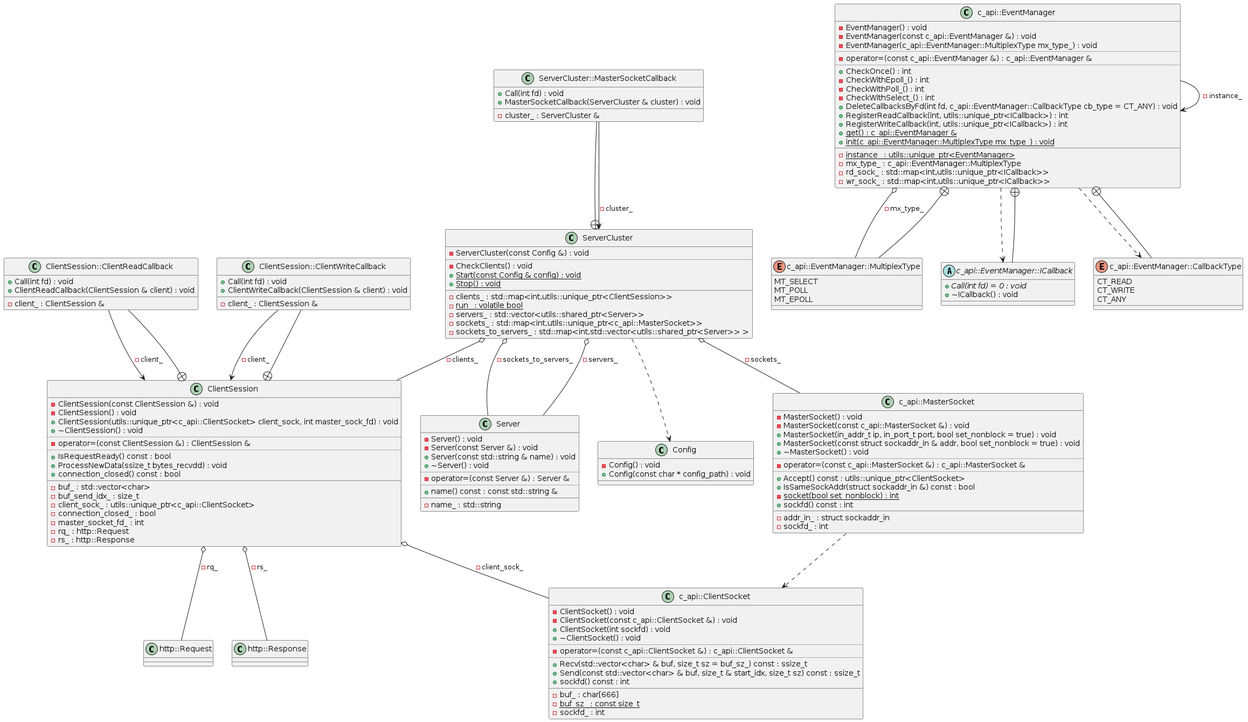
ChimPansky/42_webserv keeps this PlantUML diagram as docs/new_server_structure.png. Above is the earlier version.
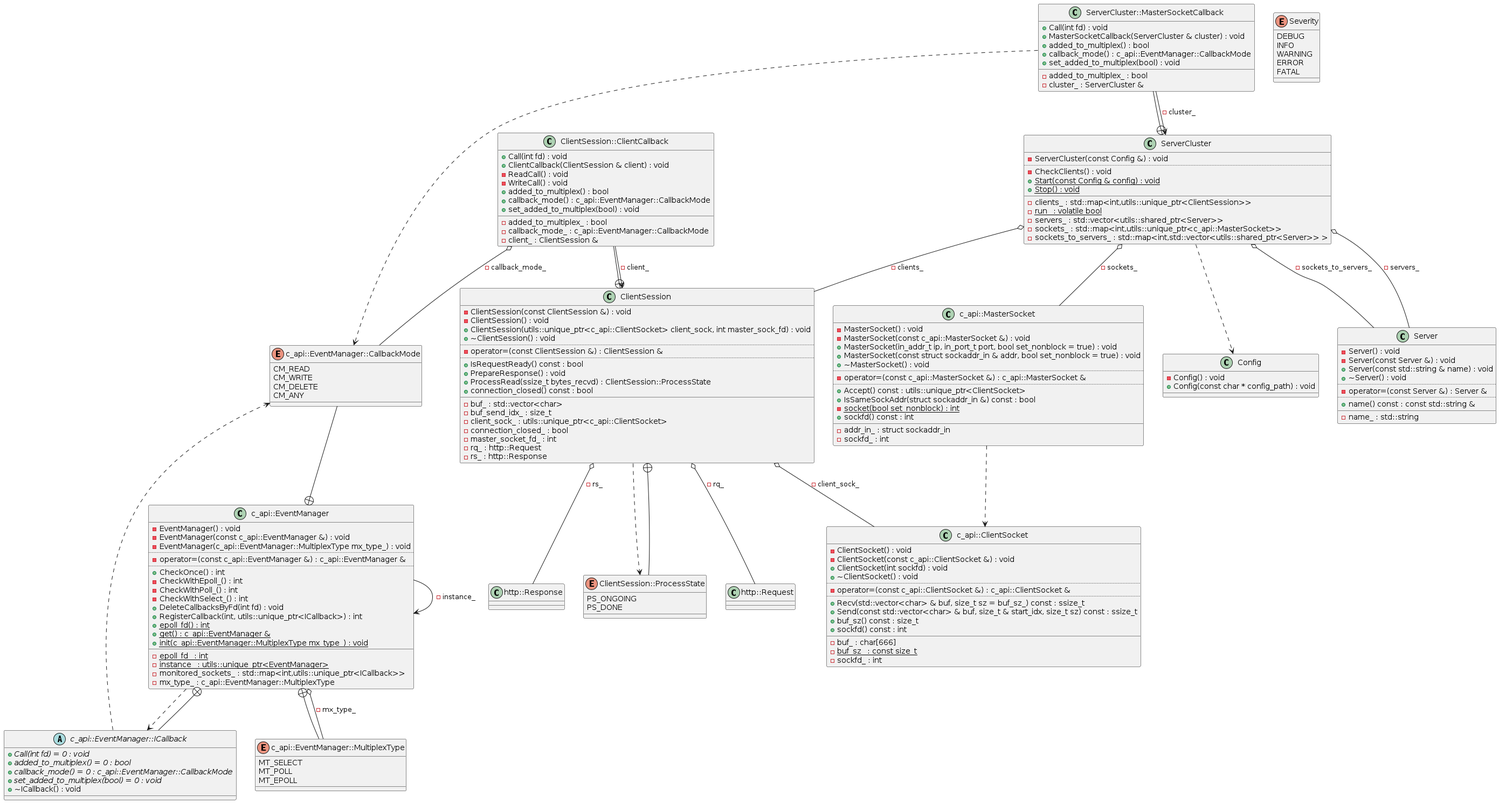
After the commit.

Commit message:
docs: add UML diagrams

The edit, as a diff of the source:
```diff
@@ -16,6 +16,7 @@
 ..
 +Recv(std::vector<char> & buf, size_t sz = buf_sz_) const : ssize_t
 +Send(const std::vector<char> & buf, size_t & start_idx, size_t sz) const : ssize_t
++buf_sz() const : size_t
 +sockfd() const : int
 __
 -buf_ : char[666]
@@ -34,16 +35,16 @@
 -CheckWithEpoll_() : int
 -CheckWithPoll_() : int
 -CheckWithSelect_() : int
-+DeleteCallbacksByFd(int fd, c_api::EventManager::CallbackType cb_type = CT_ANY) : void
-+RegisterReadCallback(int, utils::unique_ptr<ICallback>) : int
-+RegisterWriteCallback(int, utils::unique_ptr<ICallback>) : int
++DeleteCallbacksByFd(int fd) : void
++RegisterCallback(int, utils::unique_ptr<ICallback>) : int
+{static} +epoll_fd() : int
 {static} +get() : c_api::EventManager &
 {static} +init(c_api::EventManager::MultiplexType mx_type_) : void
 __
+{static} -epoll_fd_ : int
 {static} -instance_ : utils::unique_ptr<EventManager>
+-monitored_sockets_ : std::map<int,utils::unique_ptr<ICallback>>
 -mx_type_ : c_api::EventManager::MultiplexType
--rd_sock_ : std::map<int,utils::unique_ptr<ICallback>>
--wr_sock_ : std::map<int,utils::unique_ptr<ICallback>>
 }
 enum "c_api::EventManager::MultiplexType" as C_0012381108986754351330
 enum C_0012381108986754351330 {
@@ -51,17 +52,21 @@
 MT_POLL
 MT_EPOLL
 }
+enum "c_api::EventManager::CallbackMode" as C_0007491571210970394135
+enum C_0007491571210970394135 {
+CM_READ
+CM_WRITE
+CM_DELETE
+CM_ANY
+}
 abstract "c_api::EventManager::ICallback" as C_0001529050940405944751
 abstract C_0001529050940405944751 {
 {abstract} +Call(int fd) = 0 : void
+{abstract} +added_to_multiplex() = 0 : bool
+{abstract} +callback_mode() = 0 : c_api::EventManager::CallbackMode
+{abstract} +set_added_to_multiplex(bool) = 0 : void
 +~ICallback() : void
 __
-}
-enum "c_api::EventManager::CallbackType" as C_0010956172104776144267
-enum C_0010956172104776144267 {
-CT_READ
-CT_WRITE
-CT_ANY
 }
 class "c_api::MasterSocket" as C_0000429903258282207458
 class C_0000429903258282207458 {
@@ -99,7 +104,8 @@
 -operator=(const ClientSession &) : ClientSession &
 ..
 +IsRequestReady() const : bool
-+ProcessNewData(ssize_t bytes_recvdd) : void
++PrepareResponse() : void
++ProcessRead(ssize_t bytes_recvd) : ClientSession::ProcessState
 +connection_closed() const : bool
 __
 -buf_ : std::vector<char>
@@ -110,18 +116,23 @@
 -rq_ : http::Request
 -rs_ : http::Response
 }
-class "ClientSession::ClientReadCallback" as C_0003616429367591198319
-class C_0003616429367591198319 {
+enum "ClientSession::ProcessState" as C_0003875719738307134320
+enum C_0003875719738307134320 {
+PS_ONGOING
+PS_DONE
+}
+class "ClientSession::ClientCallback" as C_0013455262313073247461
+class C_0013455262313073247461 {
 +Call(int fd) : void
-+ClientReadCallback(ClientSession & client) : void
++ClientCallback(ClientSession & client) : void
+-ReadCall() : void
+-WriteCall() : void
++added_to_multiplex() : bool
++callback_mode() : c_api::EventManager::CallbackMode
++set_added_to_multiplex(bool) : void
 __
--client_ : ClientSession &
-}
-class "ClientSession::ClientWriteCallback" as C_0010125649719617549222
-class C_0010125649719617549222 {
-+Call(int fd) : void
-+ClientWriteCallback(ClientSession & client) : void
-__
+-added_to_multiplex_ : bool
+-callback_mode_ : c_api::EventManager::CallbackMode
 -client_ : ClientSession &
 }
 class "Server" as C_0007168929316485241399
@@ -155,30 +166,44 @@
 class C_0008783000988380148125 {
 +Call(int fd) : void
 +MasterSocketCallback(ServerCluster & cluster) : void
++added_to_multiplex() : bool
++callback_mode() : c_api::EventManager::CallbackMode
++set_added_to_multiplex(bool) : void
 __
+-added_to_multiplex_ : bool
 -cluster_ : ServerCluster &
 }
+enum "Severity" as C_0012091752970610271488
+enum C_0012091752970610271488 {
+DEBUG
+INFO
+WARNING
+ERROR
+FATAL
+}
 C_0014891154616151307795 ..> C_0001529050940405944751
-C_0014891154616151307795 ..> C_0010956172104776144267
 C_0014891154616151307795 o-- C_0012381108986754351330 : -mx_type_
 C_0014891154616151307795 --> C_0014891154616151307795 : -instance_
 C_0012381108986754351330 --+ C_0014891154616151307795
+C_0007491571210970394135 --+ C_0014891154616151307795
 C_0001529050940405944751 --+ C_0014891154616151307795
-C_0010956172104776144267 --+ C_0014891154616151307795
+C_0001529050940405944751 ..> C_0007491571210970394135
 C_0000429903258282207458 ..> C_0006183579169578681873
+C_0013630447627125416768 ..> C_0003875719738307134320
 C_0013630447627125416768 o-- C_0006183579169578681873 : -client_sock_
 C_0013630447627125416768 o-- C_0002071445676245365158 : -rq_
 C_0013630447627125416768 o-- C_0001740473277793223816 : -rs_
-C_0003616429367591198319 --+ C_0013630447627125416768
-C_0003616429367591198319 --> C_0013630447627125416768 : -client_
-C_0010125649719617549222 --+ C_0013630447627125416768
-C_0010125649719617549222 --> C_0013630447627125416768 : -client_
+C_0003875719738307134320 --+ C_0013630447627125416768
+C_0013455262313073247461 --+ C_0013630447627125416768
+C_0013455262313073247461 --> C_0013630447627125416768 : -client_
+C_0013455262313073247461 o-- C_0007491571210970394135 : -callback_mode_
 C_0018261038109130704555 ..> C_0008289891971916880997
 C_0018261038109130704555 o-- C_0000429903258282207458 : -sockets_
 C_0018261038109130704555 o-- C_0007168929316485241399 : -servers_
 C_0018261038109130704555 o-- C_0007168929316485241399 : -sockets_to_servers_
 C_0018261038109130704555 o-- C_0013630447627125416768 : -clients_
 C_0008783000988380148125 --+ C_0018261038109130704555
+C_0008783000988380148125 ..> C_0007491571210970394135
 C_0008783000988380148125 --> C_0018261038109130704555 : -cluster_
 
 @enduml
```
